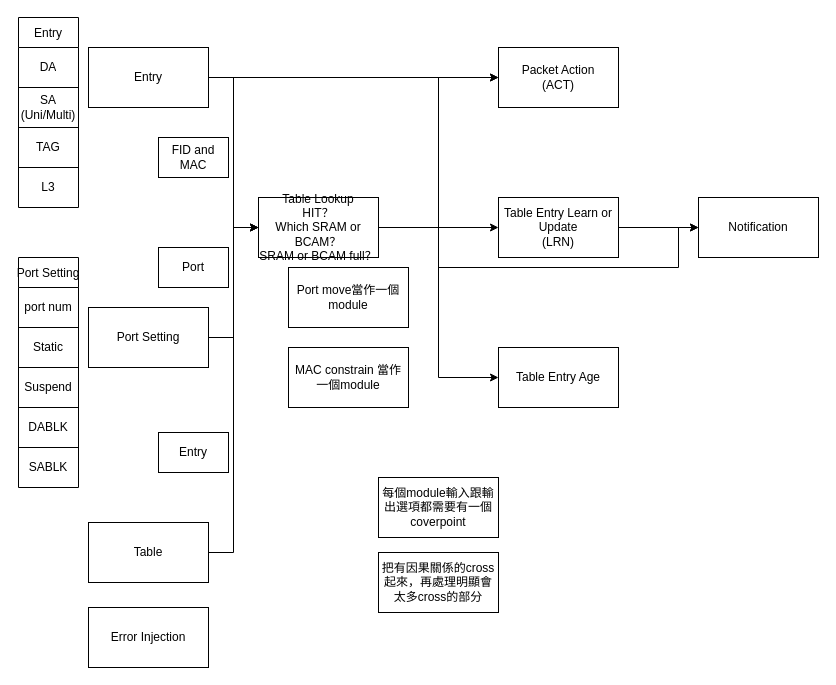
NotSmall/hello-world keeps this draw.io diagram as Untitled Diagram.drawio. Above is the earlier version. Source tidied: cells renumbered, new cells numbered last; positions are measured from the earlier drawing's top-left corner, leaving out a move shared by most shapes. Both pictures are drawn from the tidied source at 100%, with x=0, y=0 at pixel (18, 17).
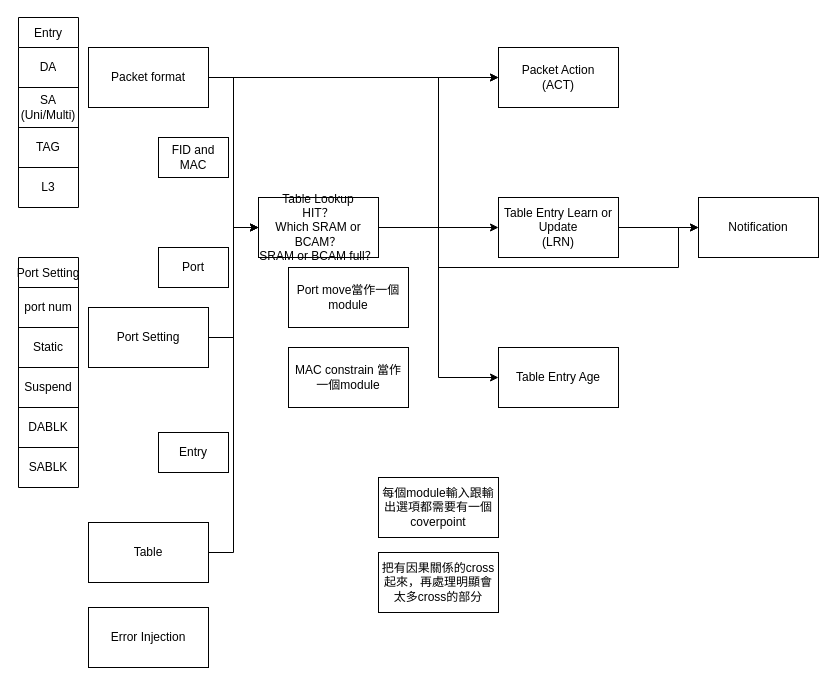
The same page after the edit.

Diff of the diagram source:
```diff
@@
-    <mxCell id="4" value="Entry" style="rounded=0;whiteSpace=wrap;html=1;gradientColor=none;" parent="1" vertex="1">
+    <mxCell id="4" value="Packet format" style="rounded=0;whiteSpace=wrap;html=1;gradientColor=none;" parent="1" vertex="1">
       <mxGeometry x="70" y="30" width="120" height="60" as="geometry" />
     </mxCell>
```
